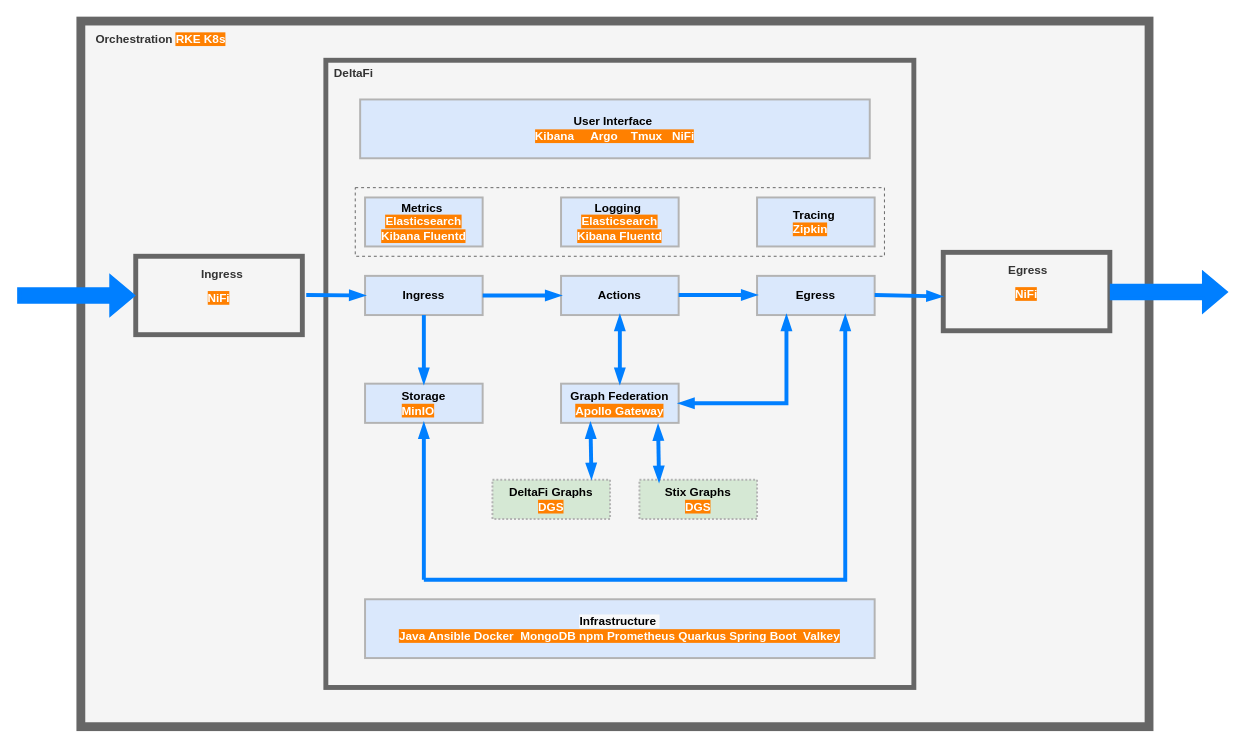
Above: deltafi-docs/architecture/TopLevelArchitecture-OLD.drawio in deltafi/deltafi (draw.io), before the change. Source tidied: cells renumbered, new cells numbered last; positions are measured from the earlier drawing's top-left corner, leaving out a move shared by most shapes. Both pictures are drawn from the tidied source at 98%, with x=0, y=0 at pixel (17, 21).
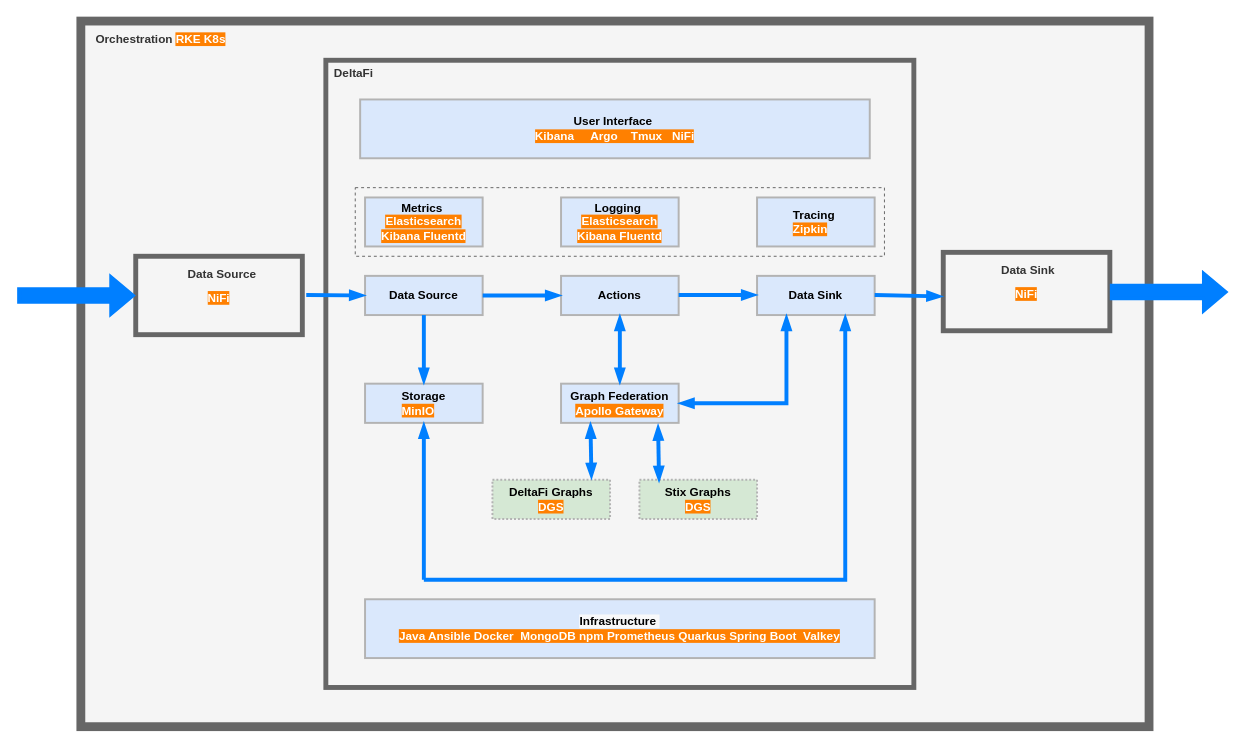
The same page after the edit.

Change to the diagram source:
```diff
@@
-    <mxCell id="7" value="Ingress" style="rounded=0;whiteSpace=wrap;html=1;strokeWidth=2;fillColor=#dae8fc;fontStyle=1;strokeColor=#B3B3B3;" parent="1" vertex="1">
+    <mxCell id="7" value="Data Source" style="rounded=0;whiteSpace=wrap;html=1;strokeWidth=2;fillColor=#dae8fc;fontStyle=1;strokeColor=#B3B3B3;" parent="1" vertex="1">
       <mxGeometry x="355" y="260" width="120" height="40" as="geometry" />
     </mxCell>
@@
-    <mxCell id="9" value="Egress" style="rounded=0;whiteSpace=wrap;html=1;strokeWidth=2;fillColor=#dae8fc;fontStyle=1;strokeColor=#B3B3B3;" parent="1" vertex="1">
+    <mxCell id="9" value="Data Sink" style="rounded=0;whiteSpace=wrap;html=1;strokeWidth=2;fillColor=#dae8fc;fontStyle=1;strokeColor=#B3B3B3;" parent="1" vertex="1">
       <mxGeometry x="755" y="260" width="120" height="40" as="geometry" />
     </mxCell>
@@
-    <mxCell id="14" value="&lt;div&gt;&lt;span style=&quot;line-height: 200%&quot;&gt;&amp;nbsp; Egress&amp;nbsp;&lt;/span&gt;&lt;/div&gt;&lt;div&gt;&lt;span style=&quot;line-height: 200%&quot;&gt;&lt;font color=&quot;#ffffff&quot; style=&quot;background-color: rgb(255 , 128 , 0)&quot;&gt;NiFi&lt;/font&gt;&lt;/span&gt;&lt;/div&gt;" style="rounded=0;whiteSpace=wrap;html=1;align=center;verticalAlign=top;fillColor=#f5f5f5;strokeColor=#666666;fontColor=#333333;strokeWidth=5;fontStyle=1;" parent="1" vertex="1">
+    <mxCell id="14" value="&lt;div&gt;&lt;span style=&quot;line-height: 200%&quot;&gt;&amp;nbsp; Data Sink&amp;nbsp;&lt;/span&gt;&lt;/div&gt;&lt;div&gt;&lt;span style=&quot;line-height: 200%&quot;&gt;&lt;font color=&quot;#ffffff&quot; style=&quot;background-color: rgb(255 , 128 , 0)&quot;&gt;NiFi&lt;/font&gt;&lt;/span&gt;&lt;/div&gt;" style="rounded=0;whiteSpace=wrap;html=1;align=center;verticalAlign=top;fillColor=#f5f5f5;strokeColor=#666666;fontColor=#333333;strokeWidth=5;fontStyle=1;" parent="1" vertex="1">
       <mxGeometry x="945" y="236" width="170" height="80" as="geometry" />
     </mxCell>
-    <mxCell id="15" value="&lt;div&gt;&lt;span style=&quot;line-height: 200%&quot;&gt;&amp;nbsp; Ingress&lt;/span&gt;&lt;/div&gt;&lt;div&gt;&lt;span style=&quot;line-height: 200%&quot;&gt;&lt;font color=&quot;#ffffff&quot; style=&quot;background-color: rgb(255 , 128 , 0)&quot;&gt;NiFi&lt;/font&gt;&lt;/span&gt;&lt;/div&gt;" style="rounded=0;whiteSpace=wrap;html=1;align=center;verticalAlign=top;fillColor=#f5f5f5;strokeColor=#666666;fontColor=#333333;strokeWidth=5;fontStyle=1;" parent="1" vertex="1">
+    <mxCell id="15" value="&lt;div&gt;&lt;span style=&quot;line-height: 200%&quot;&gt;&amp;nbsp; Data Source&lt;/span&gt;&lt;/div&gt;&lt;div&gt;&lt;span style=&quot;line-height: 200%&quot;&gt;&lt;font color=&quot;#ffffff&quot; style=&quot;background-color: rgb(255 , 128 , 0)&quot;&gt;NiFi&lt;/font&gt;&lt;/span&gt;&lt;/div&gt;" style="rounded=0;whiteSpace=wrap;html=1;align=center;verticalAlign=top;fillColor=#f5f5f5;strokeColor=#666666;fontColor=#333333;strokeWidth=5;fontStyle=1;" parent="1" vertex="1">
       <mxGeometry x="121" y="240" width="170" height="80" as="geometry" />
     </mxCell>
```
